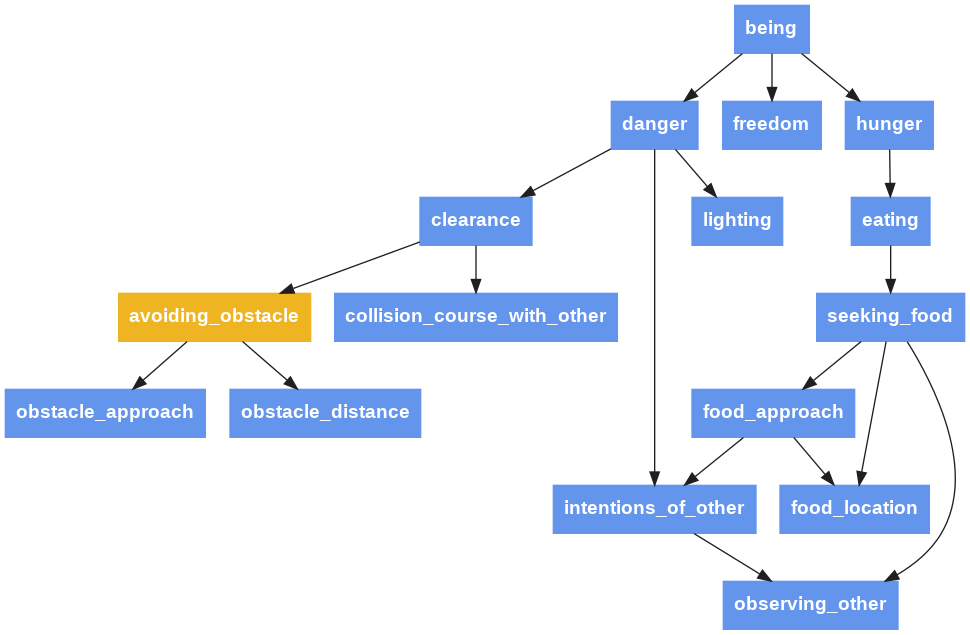
Before: gm_tree.png, a diagram exported from Graphviz (jfcloutier/andy_world). Its source is kept beside it as gm_tree.dot.
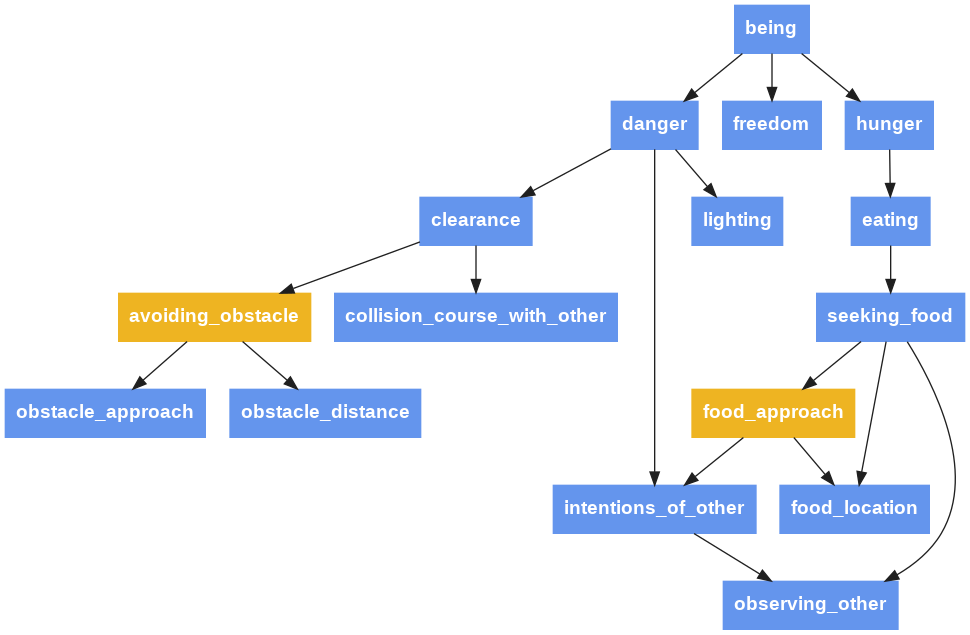
After the commit.

The edit, as a diff of the source:
```diff
@@ -6,7 +6,7 @@
   v3 [label="collision_course_with_other",fontname="helvetica bold",style="filled",fillcolor="cornflowerblue",color="cornflowerblue",fontcolor="white",shape="box"]
   v4 [label="danger",fontname="helvetica bold",style="filled",fillcolor="cornflowerblue",color="cornflowerblue",fontcolor="white",shape="box"]
   v5 [label="eating",fontname="helvetica bold",style="filled",fillcolor="cornflowerblue",color="cornflowerblue",fontcolor="white",shape="box"]
-  v6 [label="food_approach",fontname="helvetica bold",style="filled",fillcolor="cornflowerblue",color="cornflowerblue",fontcolor="white",shape="box"]
+  v6 [label="food_approach",fontname="helvetica bold",style="filled",fillcolor="goldenrod2",color="goldenrod2",fontcolor="white",shape="box"]
   v7 [label="freedom",fontname="helvetica bold",style="filled",fillcolor="cornflowerblue",color="cornflowerblue",fontcolor="white",shape="box"]
   v8 [label="hunger",fontname="helvetica bold",style="filled",fillcolor="cornflowerblue",color="cornflowerblue",fontcolor="white",shape="box"]
   v9 [label="intentions_of_other",fontname="helvetica bold",style="filled",fillcolor="cornflowerblue",color="cornflowerblue",fontcolor="white",shape="box"]
```
